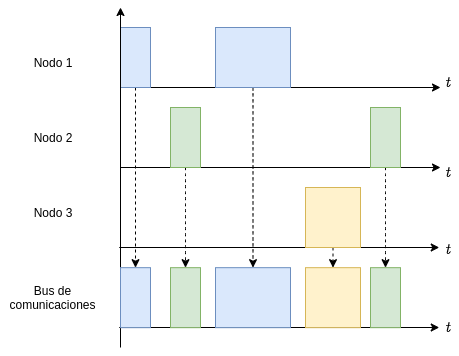
Earlier version of the draw.io export docs/latex/img/TDMA_esquema.png (Federiconunezfrau/FCC-project-LARoptero). Source tidied: cells renumbered, new cells last; positions are measured from the earlier drawing's top-left corner, leaving out a move shared by most shapes.
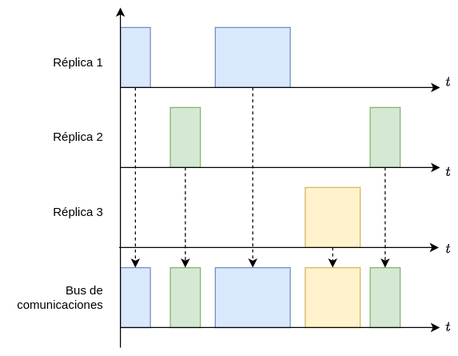
The same diagram one commit later.

Change to the diagram source:
```diff
@@ -2,104 +2,104 @@
   <root>
     <mxCell id="0" />
     <mxCell id="1" parent="0" />
-    <mxCell id="2" style="endArrow=classic;html=1;rounded=0;strokeColor=#000000;strokeWidth=1;" parent="1" edge="1">
-      <mxGeometry relative="1" as="geometry">
-        <mxPoint x="120" y="80" as="sourcePoint" />
-        <mxPoint x="440" y="80" as="targetPoint" />
-      </mxGeometry>
+    <mxCell id="2" style="rounded=0;whiteSpace=wrap;html=1;verticalAlign=middle;fillColor=#dae8fc;strokeColor=#6c8ebf;" parent="1" vertex="1">
+      <mxGeometry x="1910" y="1110" width="30" height="60" as="geometry" />
     </mxCell>
-    <mxCell id="3" style="endArrow=classic;html=1;rounded=0;strokeColor=#000000;strokeWidth=1;" parent="1" edge="1">
-      <mxGeometry relative="1" as="geometry">
-        <mxPoint x="120" y="160" as="sourcePoint" />
-        <mxPoint x="440" y="160" as="targetPoint" />
-      </mxGeometry>
+    <mxCell id="3" style="rounded=0;whiteSpace=wrap;html=1;verticalAlign=middle;fillColor=#d5e8d4;strokeColor=#82b366;" parent="1" vertex="1">
+      <mxGeometry x="1960" y="1190" width="30" height="60" as="geometry" />
     </mxCell>
-    <mxCell id="4" style="endArrow=classic;html=1;rounded=0;strokeColor=#000000;strokeWidth=1;" parent="1" edge="1">
-      <mxGeometry relative="1" as="geometry">
-        <mxPoint x="118.8" y="240" as="sourcePoint" />
-        <mxPoint x="438.8" y="240" as="targetPoint" />
-      </mxGeometry>
+    <mxCell id="4" style="rounded=0;whiteSpace=wrap;html=1;verticalAlign=middle;fillColor=#dae8fc;strokeColor=#6c8ebf;" parent="1" vertex="1">
+      <mxGeometry x="2005" y="1110" width="75" height="60" as="geometry" />
     </mxCell>
-    <mxCell id="5" style="edgeStyle=none;rounded=0;jettySize=auto;html=1;exitX=0.5;exitY=1;exitDx=0;exitDy=0;entryX=0.5;entryY=0;entryDx=0;entryDy=0;dashed=1;startArrow=none;startFill=0;endArrow=classic;endFill=1;strokeColor=#000000;strokeWidth=1;" parent="1" edge="1" source="6" target="27">
-      <mxGeometry relative="1" as="geometry" />
+    <mxCell id="5" style="rounded=0;whiteSpace=wrap;html=1;verticalAlign=middle;fillColor=#d5e8d4;strokeColor=#82b366;" parent="1" vertex="1">
+      <mxGeometry x="2160" y="1190" width="30" height="60" as="geometry" />
     </mxCell>
-    <mxCell id="6" style="rounded=0;whiteSpace=wrap;html=1;verticalAlign=middle;fillColor=#dae8fc;strokeColor=#6c8ebf;" parent="1" vertex="1">
-      <mxGeometry x="120" y="20" width="30" height="60" as="geometry" />
+    <mxCell id="6" style="rounded=0;whiteSpace=wrap;html=1;verticalAlign=middle;fillColor=#fff2cc;strokeColor=#d6b656;" parent="1" vertex="1">
+      <mxGeometry x="2095" y="1270" width="55" height="60" as="geometry" />
     </mxCell>
-    <mxCell id="7" style="edgeStyle=orthogonalEdgeStyle;curved=1;rounded=0;jettySize=auto;html=1;exitX=0.5;exitY=1;exitDx=0;exitDy=0;entryX=0.5;entryY=0;entryDx=0;entryDy=0;dashed=1;startArrow=none;startFill=0;endArrow=classic;endFill=1;strokeColor=#000000;strokeWidth=1;" parent="1" edge="1" source="8" target="26">
-      <mxGeometry relative="1" as="geometry" />
+    <mxCell id="7" style="rounded=0;whiteSpace=wrap;html=1;verticalAlign=middle;fillColor=#fff2cc;strokeColor=#d6b656;" parent="1" vertex="1">
+      <mxGeometry x="2095" y="1350.2" width="55" height="60" as="geometry" />
     </mxCell>
     <mxCell id="8" style="rounded=0;whiteSpace=wrap;html=1;verticalAlign=middle;fillColor=#d5e8d4;strokeColor=#82b366;" parent="1" vertex="1">
-      <mxGeometry x="170" y="100" width="30" height="60" as="geometry" />
+      <mxGeometry x="2160" y="1350.2" width="30" height="60" as="geometry" />
     </mxCell>
-    <mxCell id="9" style="edgeStyle=orthogonalEdgeStyle;curved=1;rounded=0;jettySize=auto;html=1;exitX=0.5;exitY=1;exitDx=0;exitDy=0;entryX=0.5;entryY=0;entryDx=0;entryDy=0;dashed=1;startArrow=none;startFill=0;endArrow=classic;endFill=1;strokeColor=#000000;strokeWidth=1;" parent="1" edge="1" source="10" target="25">
-      <mxGeometry relative="1" as="geometry" />
+    <mxCell id="9" style="rounded=0;whiteSpace=wrap;html=1;verticalAlign=middle;fillColor=#dae8fc;strokeColor=#6c8ebf;" parent="1" vertex="1">
+      <mxGeometry x="2005" y="1350.2" width="75" height="60" as="geometry" />
     </mxCell>
-    <mxCell id="10" style="rounded=0;whiteSpace=wrap;html=1;verticalAlign=middle;fillColor=#dae8fc;strokeColor=#6c8ebf;" parent="1" vertex="1">
-      <mxGeometry x="215" y="20" width="75" height="60" as="geometry" />
+    <mxCell id="10" style="rounded=0;whiteSpace=wrap;html=1;verticalAlign=middle;fillColor=#d5e8d4;strokeColor=#82b366;" parent="1" vertex="1">
+      <mxGeometry x="1960" y="1350.2" width="30" height="60" as="geometry" />
     </mxCell>
-    <mxCell id="11" style="edgeStyle=none;rounded=0;jettySize=auto;html=1;exitX=0.5;exitY=1;exitDx=0;exitDy=0;entryX=0.5;entryY=0;entryDx=0;entryDy=0;dashed=1;startArrow=none;startFill=0;endArrow=classic;endFill=1;strokeColor=#000000;strokeWidth=1;" parent="1" edge="1" source="12" target="23">
-      <mxGeometry relative="1" as="geometry" />
+    <mxCell id="11" style="rounded=0;whiteSpace=wrap;html=1;verticalAlign=middle;fillColor=#dae8fc;strokeColor=#6c8ebf;" parent="1" vertex="1">
+      <mxGeometry x="1910" y="1350.2" width="30" height="60" as="geometry" />
     </mxCell>
-    <mxCell id="12" style="rounded=0;whiteSpace=wrap;html=1;verticalAlign=middle;fillColor=#fff2cc;strokeColor=#d6b656;" parent="1" vertex="1">
-      <mxGeometry x="305" y="180" width="55" height="60" as="geometry" />
+    <mxCell id="12" style="endArrow=classic;html=1;rounded=0;strokeColor=#000000;strokeWidth=1;" parent="1" edge="1">
+      <mxGeometry relative="1" as="geometry">
+        <mxPoint x="1910" y="1170" as="sourcePoint" />
+        <mxPoint x="2230" y="1170" as="targetPoint" />
+      </mxGeometry>
     </mxCell>
-    <mxCell id="13" style="edgeStyle=orthogonalEdgeStyle;curved=1;rounded=0;jettySize=auto;html=1;exitX=0.5;exitY=1;exitDx=0;exitDy=0;entryX=0.5;entryY=0;entryDx=0;entryDy=0;dashed=1;startArrow=none;startFill=0;endArrow=classic;endFill=1;strokeColor=#000000;strokeWidth=1;" parent="1" edge="1" source="14" target="24">
-      <mxGeometry relative="1" as="geometry" />
+    <mxCell id="13" style="endArrow=classic;html=1;rounded=0;strokeColor=#000000;strokeWidth=1;" parent="1" edge="1">
+      <mxGeometry relative="1" as="geometry">
+        <mxPoint x="1910" y="1250" as="sourcePoint" />
+        <mxPoint x="2230" y="1250" as="targetPoint" />
+      </mxGeometry>
     </mxCell>
-    <mxCell id="14" style="rounded=0;whiteSpace=wrap;html=1;verticalAlign=middle;fillColor=#d5e8d4;strokeColor=#82b366;" parent="1" vertex="1">
-      <mxGeometry x="370" y="100" width="30" height="60" as="geometry" />
+    <mxCell id="14" style="endArrow=classic;html=1;rounded=0;strokeColor=#000000;strokeWidth=1;" parent="1" edge="1">
+      <mxGeometry relative="1" as="geometry">
+        <mxPoint x="1908.8" y="1330" as="sourcePoint" />
+        <mxPoint x="2228.8" y="1330" as="targetPoint" />
+      </mxGeometry>
     </mxCell>
-    <mxCell id="15" style="endArrow=classic;html=1;rounded=0;strokeColor=#000000;strokeWidth=1;" parent="1" edge="1">
-      <mxGeometry relative="1" as="geometry">
-        <mxPoint x="120" y="340" as="sourcePoint" />
-        <mxPoint x="120" as="targetPoint" />
-      </mxGeometry>
+    <mxCell id="15" style="edgeStyle=none;rounded=0;jettySize=auto;html=1;exitX=0.5;exitY=1;exitDx=0;exitDy=0;entryX=0.5;entryY=0;entryDx=0;entryDy=0;dashed=1;startArrow=none;startFill=0;endArrow=classic;endFill=1;strokeColor=#000000;strokeWidth=1;" parent="1" edge="1" source="2" target="11">
+      <mxGeometry relative="1" as="geometry" />
     </mxCell>
-    <mxCell id="16" value="$$t$$" style="text;html=1;strokeColor=none;fillColor=none;align=center;verticalAlign=middle;whiteSpace=wrap;rounded=0;" parent="1" vertex="1">
-      <mxGeometry x="438.8" y="227.2" width="18.8" height="30" as="geometry" />
+    <mxCell id="16" style="edgeStyle=orthogonalEdgeStyle;curved=1;rounded=0;jettySize=auto;html=1;exitX=0.5;exitY=1;exitDx=0;exitDy=0;entryX=0.5;entryY=0;entryDx=0;entryDy=0;dashed=1;startArrow=none;startFill=0;endArrow=classic;endFill=1;strokeColor=#000000;strokeWidth=1;" parent="1" edge="1" source="3" target="10">
+      <mxGeometry relative="1" as="geometry" />
     </mxCell>
-    <mxCell id="17" value="$$t$$" style="text;html=1;strokeColor=none;fillColor=none;align=center;verticalAlign=middle;whiteSpace=wrap;rounded=0;" parent="1" vertex="1">
-      <mxGeometry x="438.8" y="150" width="18.8" height="30" as="geometry" />
+    <mxCell id="17" style="edgeStyle=orthogonalEdgeStyle;curved=1;rounded=0;jettySize=auto;html=1;exitX=0.5;exitY=1;exitDx=0;exitDy=0;entryX=0.5;entryY=0;entryDx=0;entryDy=0;dashed=1;startArrow=none;startFill=0;endArrow=classic;endFill=1;strokeColor=#000000;strokeWidth=1;" parent="1" edge="1" source="4" target="9">
+      <mxGeometry relative="1" as="geometry" />
     </mxCell>
-    <mxCell id="18" value="$$t$$" style="text;html=1;strokeColor=none;fillColor=none;align=center;verticalAlign=middle;whiteSpace=wrap;rounded=0;" parent="1" vertex="1">
-      <mxGeometry x="438.8" y="60" width="18.8" height="30" as="geometry" />
+    <mxCell id="18" style="edgeStyle=none;rounded=0;jettySize=auto;html=1;exitX=0.5;exitY=1;exitDx=0;exitDy=0;entryX=0.5;entryY=0;entryDx=0;entryDy=0;dashed=1;startArrow=none;startFill=0;endArrow=classic;endFill=1;strokeColor=#000000;strokeWidth=1;" parent="1" edge="1" source="6" target="7">
+      <mxGeometry relative="1" as="geometry" />
     </mxCell>
-    <mxCell id="19" value="Nodo 1" style="text;html=1;strokeColor=none;fillColor=none;align=center;verticalAlign=middle;whiteSpace=wrap;rounded=0;" parent="1" vertex="1">
-      <mxGeometry x="22.5" y="40" width="60" height="30" as="geometry" />
+    <mxCell id="19" style="edgeStyle=orthogonalEdgeStyle;curved=1;rounded=0;jettySize=auto;html=1;exitX=0.5;exitY=1;exitDx=0;exitDy=0;entryX=0.5;entryY=0;entryDx=0;entryDy=0;dashed=1;startArrow=none;startFill=0;endArrow=classic;endFill=1;strokeColor=#000000;strokeWidth=1;" parent="1" edge="1" source="5" target="8">
+      <mxGeometry relative="1" as="geometry" />
     </mxCell>
-    <mxCell id="20" value="Nodo 2" style="text;html=1;strokeColor=none;fillColor=none;align=center;verticalAlign=middle;whiteSpace=wrap;rounded=0;" parent="1" vertex="1">
-      <mxGeometry x="22.5" y="115" width="60" height="30" as="geometry" />
+    <mxCell id="20" style="endArrow=classic;html=1;rounded=0;strokeColor=#000000;strokeWidth=1;" parent="1" edge="1">
+      <mxGeometry relative="1" as="geometry">
+        <mxPoint x="1910" y="1430" as="sourcePoint" />
+        <mxPoint x="1910" y="1090" as="targetPoint" />
+      </mxGeometry>
     </mxCell>
-    <mxCell id="21" value="Nodo 3" style="text;html=1;strokeColor=none;fillColor=none;align=center;verticalAlign=middle;whiteSpace=wrap;rounded=0;" parent="1" vertex="1">
-      <mxGeometry x="22.5" y="190" width="60" height="30" as="geometry" />
+    <mxCell id="21" value="$$t$$" style="text;html=1;strokeColor=none;fillColor=none;align=center;verticalAlign=middle;whiteSpace=wrap;rounded=0;" parent="1" vertex="1">
+      <mxGeometry x="2228.8" y="1317.2" width="18.8" height="30" as="geometry" />
     </mxCell>
-    <mxCell id="22" style="endArrow=classic;html=1;rounded=0;strokeColor=#000000;strokeWidth=1;" parent="1" edge="1">
-      <mxGeometry relative="1" as="geometry">
-        <mxPoint x="118.8" y="320" as="sourcePoint" />
-        <mxPoint x="438.8" y="320" as="targetPoint" />
-      </mxGeometry>
+    <mxCell id="22" value="$$t$$" style="text;html=1;strokeColor=none;fillColor=none;align=center;verticalAlign=middle;whiteSpace=wrap;rounded=0;" parent="1" vertex="1">
+      <mxGeometry x="2228.8" y="1240" width="18.8" height="30" as="geometry" />
     </mxCell>
-    <mxCell id="23" style="rounded=0;whiteSpace=wrap;html=1;verticalAlign=middle;fillColor=#fff2cc;strokeColor=#d6b656;" parent="1" vertex="1">
-      <mxGeometry x="305" y="260.2" width="55" height="60" as="geometry" />
+    <mxCell id="23" value="$$t$$" style="text;html=1;strokeColor=none;fillColor=none;align=center;verticalAlign=middle;whiteSpace=wrap;rounded=0;" parent="1" vertex="1">
+      <mxGeometry x="2228.8" y="1150" width="18.8" height="30" as="geometry" />
     </mxCell>
-    <mxCell id="24" style="rounded=0;whiteSpace=wrap;html=1;verticalAlign=middle;fillColor=#d5e8d4;strokeColor=#82b366;" parent="1" vertex="1">
-      <mxGeometry x="370" y="260.2" width="30" height="60" as="geometry" />
+    <mxCell id="24" value="Réplica 1" style="text;html=1;strokeColor=none;fillColor=none;align=right;verticalAlign=middle;whiteSpace=wrap;rounded=0;" parent="1" vertex="1">
+      <mxGeometry x="1835" y="1130" width="60" height="30" as="geometry" />
     </mxCell>
-    <mxCell id="25" style="rounded=0;whiteSpace=wrap;html=1;verticalAlign=middle;fillColor=#dae8fc;strokeColor=#6c8ebf;" parent="1" vertex="1">
-      <mxGeometry x="215" y="260.2" width="75" height="60" as="geometry" />
+    <mxCell id="25" value="Réplica 2" style="text;html=1;strokeColor=none;fillColor=none;align=right;verticalAlign=middle;whiteSpace=wrap;rounded=0;" parent="1" vertex="1">
+      <mxGeometry x="1835" y="1205" width="60" height="30" as="geometry" />
     </mxCell>
-    <mxCell id="26" style="rounded=0;whiteSpace=wrap;html=1;verticalAlign=middle;fillColor=#d5e8d4;strokeColor=#82b366;" parent="1" vertex="1">
-      <mxGeometry x="170" y="260.2" width="30" height="60" as="geometry" />
+    <mxCell id="26" value="Réplica 3" style="text;html=1;strokeColor=none;fillColor=none;align=right;verticalAlign=middle;whiteSpace=wrap;rounded=0;" parent="1" vertex="1">
+      <mxGeometry x="1835" y="1280" width="60" height="30" as="geometry" />
     </mxCell>
-    <mxCell id="27" style="rounded=0;whiteSpace=wrap;html=1;verticalAlign=middle;fillColor=#dae8fc;strokeColor=#6c8ebf;" parent="1" vertex="1">
-      <mxGeometry x="120" y="260.2" width="30" height="60" as="geometry" />
+    <mxCell id="27" style="endArrow=classic;html=1;rounded=0;strokeColor=#000000;strokeWidth=1;" parent="1" edge="1">
+      <mxGeometry relative="1" as="geometry">
+        <mxPoint x="1909.8" y="1410" as="sourcePoint" />
+        <mxPoint x="2229.8" y="1410" as="targetPoint" />
+      </mxGeometry>
     </mxCell>
-    <mxCell id="28" value="Bus de&lt;br&gt;comunicaciones" style="text;html=1;strokeColor=none;fillColor=none;align=center;verticalAlign=middle;whiteSpace=wrap;rounded=0;" parent="1" vertex="1">
-      <mxGeometry y="275.2" width="105" height="30" as="geometry" />
+    <mxCell id="28" value="Bus de&lt;br&gt;comunicaciones" style="text;html=1;strokeColor=none;fillColor=none;align=right;verticalAlign=middle;whiteSpace=wrap;rounded=0;" parent="1" vertex="1">
+      <mxGeometry x="1790" y="1365.2" width="105" height="30" as="geometry" />
     </mxCell>
     <mxCell id="29" value="$$t$$" style="text;html=1;strokeColor=none;fillColor=none;align=center;verticalAlign=middle;whiteSpace=wrap;rounded=0;" parent="1" vertex="1">
-      <mxGeometry x="438.8" y="305.2" width="18.8" height="30" as="geometry" />
+      <mxGeometry x="2228.8" y="1395.2" width="18.8" height="30" as="geometry" />
     </mxCell>
   </root>
 </mxGraphModel>
```
